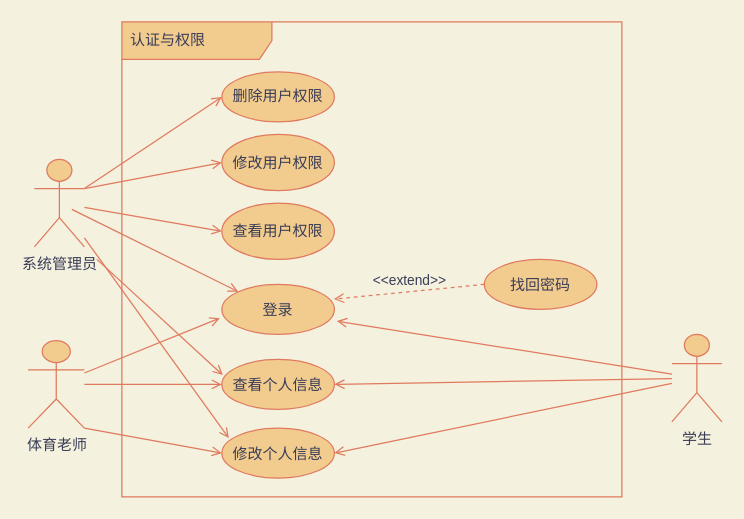
rufeng-h/healthman keeps this draw.io diagram as docs/img-raw/需求分析/认证与权限用例.drawio. Above is the earlier version. Source tidied: cells renumbered, new cells numbered last; positions are measured from the earlier drawing's top-left corner, leaving out a move shared by most shapes. Both pictures are drawn from the tidied source at 125%, with x=0, y=0 at pixel (28, 21).
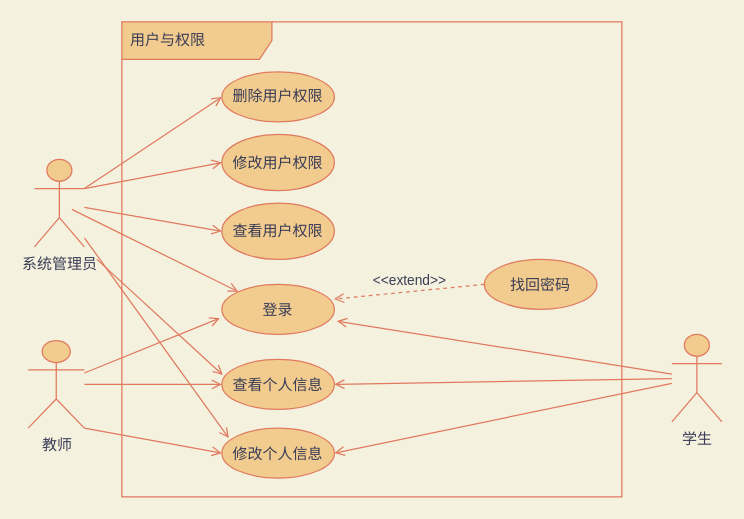
After the change.

What changed in the source:
```diff
@@
-    <mxCell id="3" value="体育老师" style="shape=umlActor;verticalLabelPosition=bottom;verticalAlign=top;html=1;outlineConnect=0;fillColor=#F2CC8F;strokeColor=#E07A5F;fontColor=#393C56;" parent="1" vertex="1">
+    <mxCell id="3" value="教师" style="shape=umlActor;verticalLabelPosition=bottom;verticalAlign=top;html=1;outlineConnect=0;fillColor=#F2CC8F;strokeColor=#E07A5F;fontColor=#393C56;" parent="1" vertex="1">
       <mxGeometry y="255" width="45" height="70" as="geometry" />
     </mxCell>
@@
-    <mxCell id="26" value="认证与权限" style="shape=umlFrame;whiteSpace=wrap;html=1;width=120;height=30;boundedLbl=1;verticalAlign=middle;align=left;spacingLeft=5;rounded=0;sketch=0;fontColor=#393C56;strokeColor=#E07A5F;fillColor=#F2CC8F;" parent="1" vertex="1">
+    <mxCell id="26" value="用户与权限" style="shape=umlFrame;whiteSpace=wrap;html=1;width=120;height=30;boundedLbl=1;verticalAlign=middle;align=left;spacingLeft=5;rounded=0;sketch=0;fontColor=#393C56;strokeColor=#E07A5F;fillColor=#F2CC8F;" parent="1" vertex="1">
       <mxGeometry x="75" width="400" height="380" as="geometry" />
     </mxCell>
```
